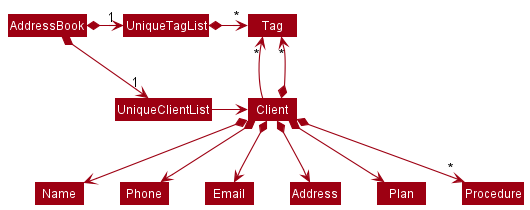
Before: docs/images/BetterModelClassDiagram.png, a diagram exported from PlantUML (nus-cs2103-AY2122S2/tp).
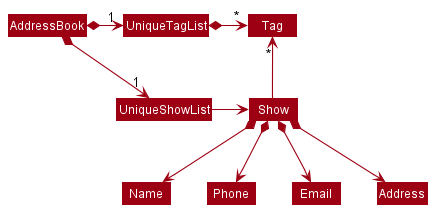
The same file after the commit.

Diff of the diagram source:
```diff
@@ -4,21 +4,18 @@
 skinparam arrowColor MODEL_COLOR
 skinparam classBackgroundColor MODEL_COLOR
 
-AddressBook *-right-> "1" UniqueClientList
+AddressBook *-right-> "1" UniqueShowList
 AddressBook *-right-> "1" UniqueTagList
-UniqueTagList -[hidden]down- UniqueClientList
-UniqueTagList -[hidden]down- UniqueClientList
+UniqueTagList -[hidden]down- UniqueShowList
+UniqueTagList -[hidden]down- UniqueShowList
 
 UniqueTagList *-right-> "*" Tag
-UniqueClientList -right-> Client
+UniqueShowList -right-> Show
 
-Client -up-> "*" Tag
+Show -up-> "*" Tag
 
-Client *--> Name
-Client *--> Phone
-Client *--> Email
-Client *--> Address
-Client *--> Plan
-Client *--> "*" Tag
-Client *--> "*" Procedure
+Show *--> Name
+Show *--> Phone
+Show *--> Email
+Show *--> Address
 @enduml
```
